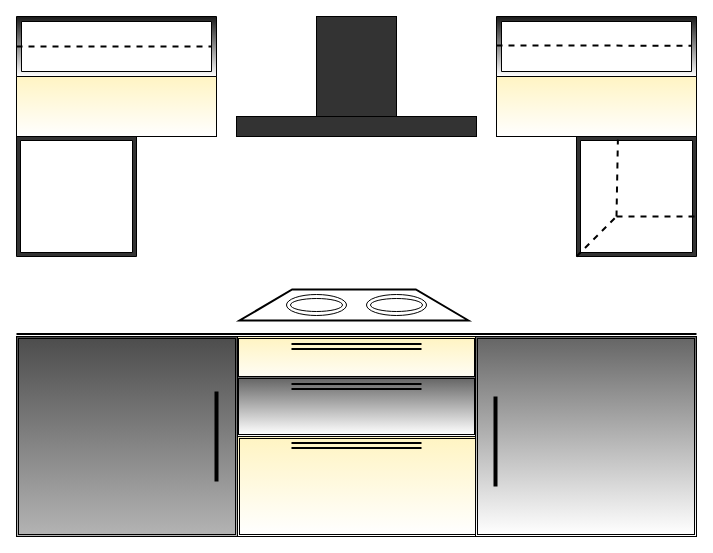
ritam-mukherjee-it/sonestaa-interor-design keeps this draw.io diagram as Kitchen1.drawio. Above is the earlier version. Source tidied: cells renumbered, new cells numbered last; positions are measured from the earlier drawing's top-left corner, leaving out a move shared by most shapes. Both pictures are drawn from the tidied source at 100%, with x=0, y=0 at pixel (16, 16).
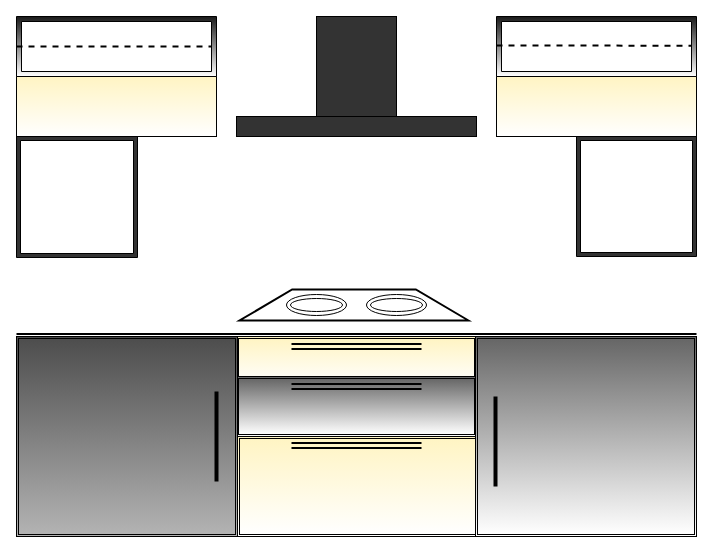
The same diagram, later.

Unchanged cells that the change refers to:
```xml
<mxCell id="20" style="verticalLabelPosition=bottom;verticalAlign=top;html=1;shape=mxgraph.basic.frame;dx=4;fillColor=#333333;gradientColor=none;" parent="1" vertex="1">
  <mxGeometry x="560" y="120" width="120" height="120" as="geometry" />
</mxCell>
```

Diff of the diagram source:
```diff
@@
     <mxCell id="8" style="verticalLabelPosition=bottom;verticalAlign=top;html=1;shape=mxgraph.basic.frame;dx=4;fillColor=#333333;gradientColor=none;" parent="1" vertex="1">
-      <mxGeometry y="120" width="120" height="120" as="geometry" />
+      <mxGeometry y="120" width="121" height="121" as="geometry" />
     </mxCell>
@@
-    <mxCell id="21" style="endArrow=none;dashed=1;html=1;strokeWidth=2;" parent="1" edge="1">
-      <mxGeometry relative="1" as="geometry">
-        <mxPoint x="560" y="240" as="sourcePoint" />
-        <mxPoint x="600" y="200" as="targetPoint" />
-      </mxGeometry>
-    </mxCell>
-    <mxCell id="22" style="endArrow=none;dashed=1;html=1;strokeWidth=2;entryX=0.345;entryY=0.026;entryDx=0;entryDy=0;entryPerimeter=0;" parent="1" edge="1" target="20">
-      <mxGeometry relative="1" as="geometry">
-        <mxPoint x="600" y="200" as="sourcePoint" />
-      </mxGeometry>
-    </mxCell>
-    <mxCell id="23" style="endArrow=none;dashed=1;html=1;strokeWidth=2;" parent="1" edge="1">
-      <mxGeometry relative="1" as="geometry">
-        <mxPoint x="600" y="200" as="sourcePoint" />
-        <mxPoint x="680" y="200" as="targetPoint" />
-      </mxGeometry>
-    </mxCell>
```
